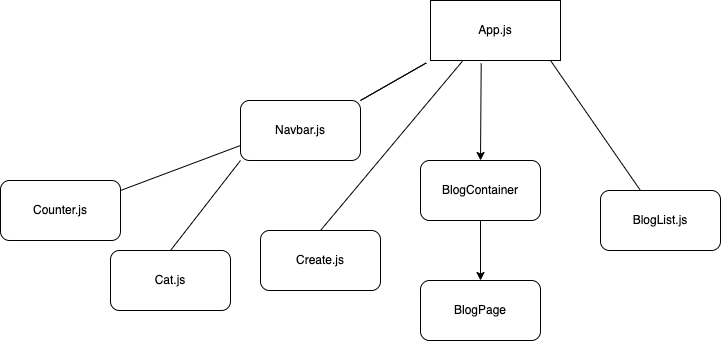
Earlier version of the draw.io export src/hierarchy.png (foghill/blogapp). Source tidied: cells renumbered, new cells last; positions are measured from the earlier drawing's top-left corner, leaving out a move shared by most shapes. Source of this version:
```xml
<mxGraphModel background="#ffffff">
  <root>
    <mxCell id="0" />
    <mxCell id="1" parent="0" />
    <mxCell id="2" value="App.js" style="rounded=0;whiteSpace=wrap;html=1;" parent="1" vertex="1">
      <mxGeometry x="430" width="130" height="60" as="geometry" />
    </mxCell>
    <mxCell id="3" value="Navbar.js" style="rounded=1;whiteSpace=wrap;html=1;" parent="1" vertex="1">
      <mxGeometry x="240" y="100" width="120" height="60" as="geometry" />
    </mxCell>
    <mxCell id="4" value="Counter.js" style="rounded=1;whiteSpace=wrap;html=1;" parent="1" vertex="1">
      <mxGeometry y="180" width="120" height="60" as="geometry" />
    </mxCell>
    <mxCell id="5" value="Cat.js" style="rounded=1;whiteSpace=wrap;html=1;" parent="1" vertex="1">
      <mxGeometry x="110" y="250" width="120" height="60" as="geometry" />
    </mxCell>
    <mxCell id="6" value="Create.js" style="rounded=1;whiteSpace=wrap;html=1;" parent="1" vertex="1">
      <mxGeometry x="260" y="230" width="120" height="60" as="geometry" />
    </mxCell>
    <mxCell id="7" value="BlogContainer" style="rounded=1;whiteSpace=wrap;html=1;" parent="1" vertex="1">
      <mxGeometry x="420" y="160" width="120" height="60" as="geometry" />
    </mxCell>
    <mxCell id="8" value="BlogPage" style="rounded=1;whiteSpace=wrap;html=1;" parent="1" vertex="1">
      <mxGeometry x="420" y="280" width="120" height="60" as="geometry" />
    </mxCell>
    <mxCell id="9" style="endArrow=classic;html=1;entryX=0.5;entryY=0;entryDx=0;entryDy=0;exitX=0.39;exitY=1.047;exitDx=0;exitDy=0;exitPerimeter=0;" parent="1" edge="1" source="2" target="7">
      <mxGeometry relative="1" as="geometry" />
    </mxCell>
    <mxCell id="10" style="endArrow=classic;html=1;exitX=0.5;exitY=1;exitDx=0;exitDy=0;entryX=0.5;entryY=0;entryDx=0;entryDy=0;" parent="1" edge="1" source="7" target="8">
      <mxGeometry relative="1" as="geometry" />
    </mxCell>
    <mxCell id="11" style="endArrow=none;html=1;entryX=1;entryY=0;entryDx=0;entryDy=0;" parent="1" edge="1" target="3">
      <mxGeometry relative="1" as="geometry">
        <mxPoint x="360" y="100" as="sourcePoint" />
        <Array as="points">
          <mxPoint x="430" y="60" />
        </Array>
      </mxGeometry>
    </mxCell>
    <mxCell id="12" style="endArrow=none;html=1;entryX=0;entryY=0.75;entryDx=0;entryDy=0;" parent="1" edge="1" target="3">
      <mxGeometry relative="1" as="geometry">
        <mxPoint x="120" y="190" as="sourcePoint" />
      </mxGeometry>
    </mxCell>
    <mxCell id="13" style="endArrow=none;html=1;entryX=0;entryY=1;entryDx=0;entryDy=0;exitX=0.5;exitY=0;exitDx=0;exitDy=0;" parent="1" edge="1" source="5" target="3">
      <mxGeometry relative="1" as="geometry" />
    </mxCell>
    <mxCell id="14" style="endArrow=none;html=1;entryX=0.25;entryY=1;entryDx=0;entryDy=0;exitX=0.5;exitY=0;exitDx=0;exitDy=0;" parent="1" edge="1" source="6" target="2">
      <mxGeometry relative="1" as="geometry" />
    </mxCell>
    <mxCell id="15" value="BlogList.js" style="rounded=1;whiteSpace=wrap;html=1;" parent="1" vertex="1">
      <mxGeometry x="600" y="190" width="120" height="60" as="geometry" />
    </mxCell>
    <mxCell id="16" style="endArrow=none;html=1;exitX=0.333;exitY=0;exitDx=0;exitDy=0;exitPerimeter=0;" parent="1" edge="1" source="15">
      <mxGeometry relative="1" as="geometry">
        <mxPoint x="550" y="60" as="targetPoint" />
      </mxGeometry>
    </mxCell>
  </root>
</mxGraphModel>
```
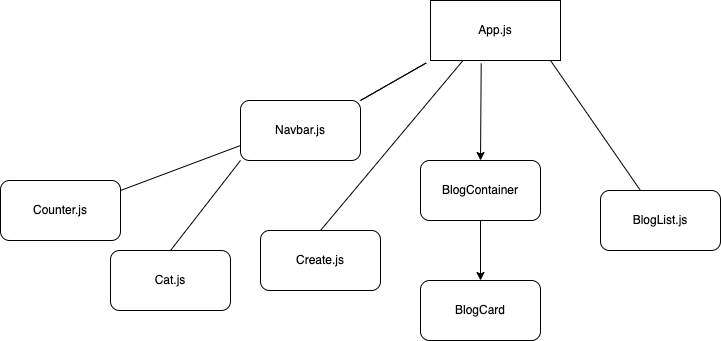
Later version of the same file.

Change to the diagram source:
```diff
@@ -20,7 +20,7 @@
     <mxCell id="7" value="BlogContainer" style="rounded=1;whiteSpace=wrap;html=1;" parent="1" vertex="1">
       <mxGeometry x="420" y="160" width="120" height="60" as="geometry" />
     </mxCell>
-    <mxCell id="8" value="BlogPage" style="rounded=1;whiteSpace=wrap;html=1;" parent="1" vertex="1">
+    <mxCell id="8" value="BlogCard" style="rounded=1;whiteSpace=wrap;html=1;" parent="1" vertex="1">
       <mxGeometry x="420" y="280" width="120" height="60" as="geometry" />
     </mxCell>
     <mxCell id="9" style="endArrow=classic;html=1;entryX=0.5;entryY=0;entryDx=0;entryDy=0;exitX=0.39;exitY=1.047;exitDx=0;exitDy=0;exitPerimeter=0;" parent="1" edge="1" source="2" target="7">
```
